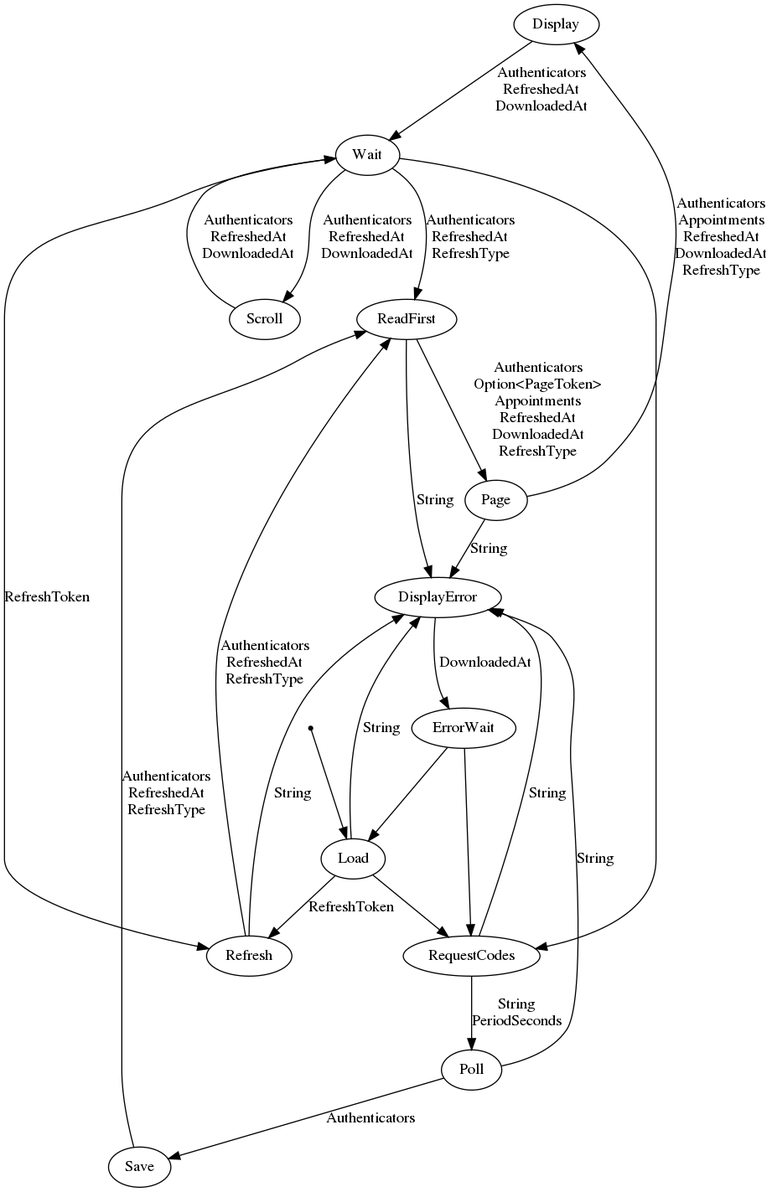
Above: docs/cal_machine.png in kieranjwhite/calendar_mirror (Graphviz), before the change. Its source is kept beside it as docs/cal_machine.dot.
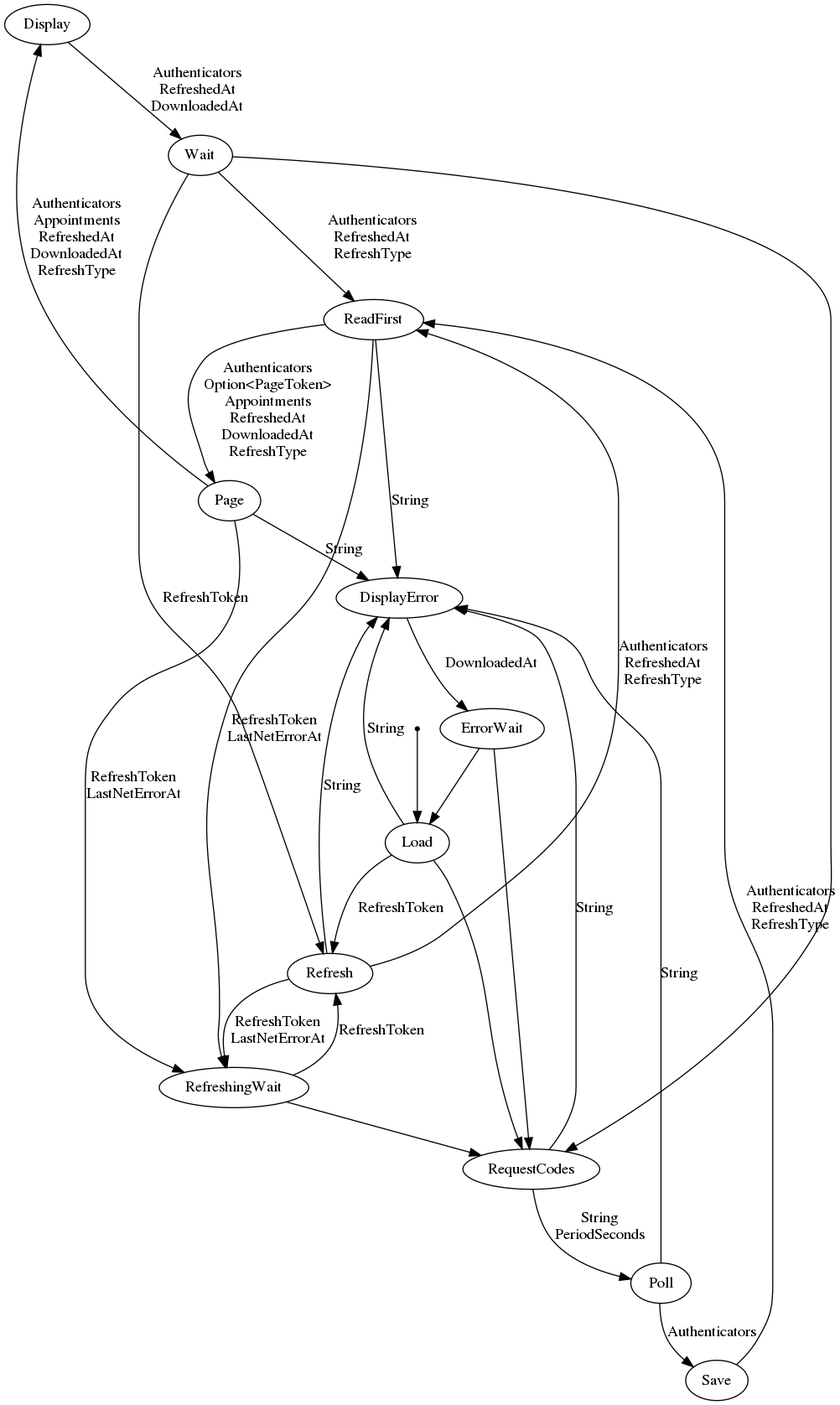
Later version of the same file.

Commit message:
not the wait state always reports an aok heartbeat

Change to the diagram source:
```diff
@@ -7,9 +7,9 @@
     Poll[label="Poll"][shape="ellipse"];
     ReadFirst[label="ReadFirst"][shape="ellipse"];
     Refresh[label="Refresh"][shape="ellipse"];
+    RefreshingWait[label="RefreshingWait"][shape="ellipse"];
     RequestCodes[label="RequestCodes"][shape="ellipse"];
     Save[label="Save"][shape="ellipse"];
-    Scroll[label="Scroll"][shape="ellipse"];
     Wait[label="Wait"][shape="ellipse"];
     _start[label="_start"][shape="point"];
     _start -> Load[label=""];
@@ -17,8 +17,10 @@
     DisplayError -> ErrorWait[label="DownloadedAt\n"];
     ErrorWait -> RequestCodes[label=""];
     Load -> RequestCodes[label=""];
+    RefreshingWait -> RequestCodes[label=""];
     Wait -> RequestCodes[label=""];
     Load -> Refresh[label="RefreshToken\n"];
+    RefreshingWait -> Refresh[label="RefreshToken\n"];
     Wait -> Refresh[label="RefreshToken\n"];
     Refresh -> ReadFirst[label="Authenticators\nRefreshedAt\nRefreshType\n"];
     Save -> ReadFirst[label="Authenticators\nRefreshedAt\nRefreshType\n"];
@@ -33,7 +35,8 @@
     Poll -> Save[label="Authenticators\n"];
     ReadFirst -> Page[label="Authenticators\nOption<PageToken>\nAppointments\nRefreshedAt\nDownloadedAt\nRefreshType\n"];
     Page -> Display[label="Authenticators\nAppointments\nRefreshedAt\nDownloadedAt\nRefreshType\n"];
-    Wait -> Scroll[label="Authenticators\nRefreshedAt\nDownloadedAt\n"];
     Display -> Wait[label="Authenticators\nRefreshedAt\nDownloadedAt\n"];
-    Scroll -> Wait[label="Authenticators\nRefreshedAt\nDownloadedAt\n"];
+    Refresh -> RefreshingWait[label="RefreshToken\nLastNetErrorAt\n"];
+    ReadFirst -> RefreshingWait[label="RefreshToken\nLastNetErrorAt\n"];
+    Page -> RefreshingWait[label="RefreshToken\nLastNetErrorAt\n"];
 }
```
